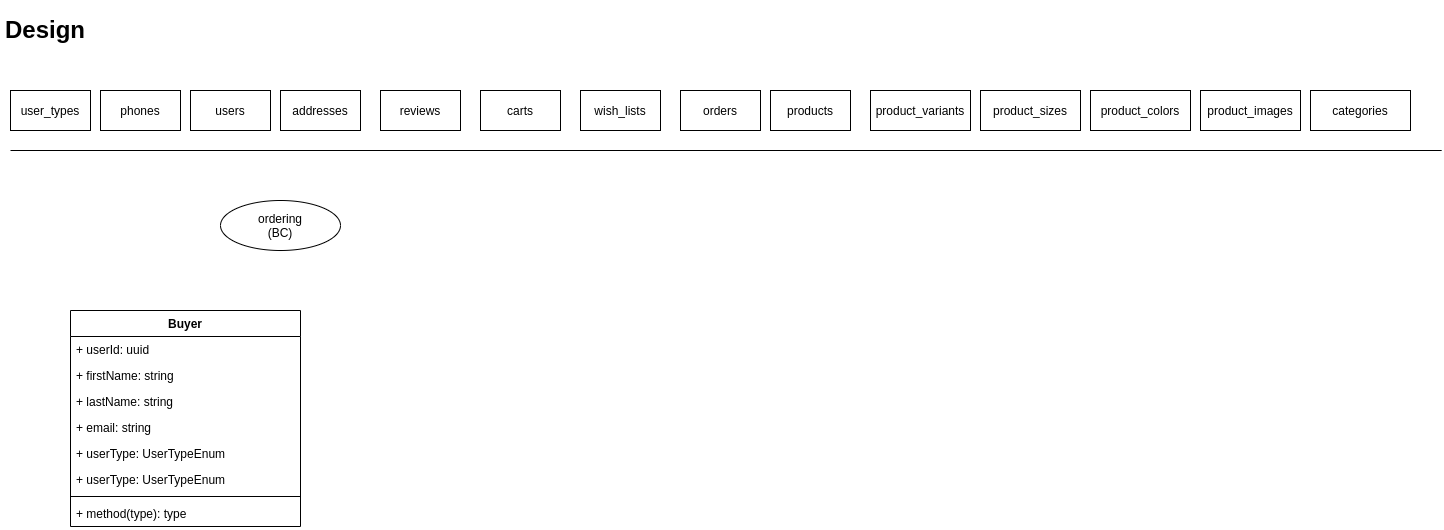
Above: backend-uml.png in stsiwo/e-commerce-starter-kits (draw.io), before the change. Source tidied: cells renumbered, new cells last; positions are measured from the earlier drawing's top-left corner, leaving out a move shared by most shapes.
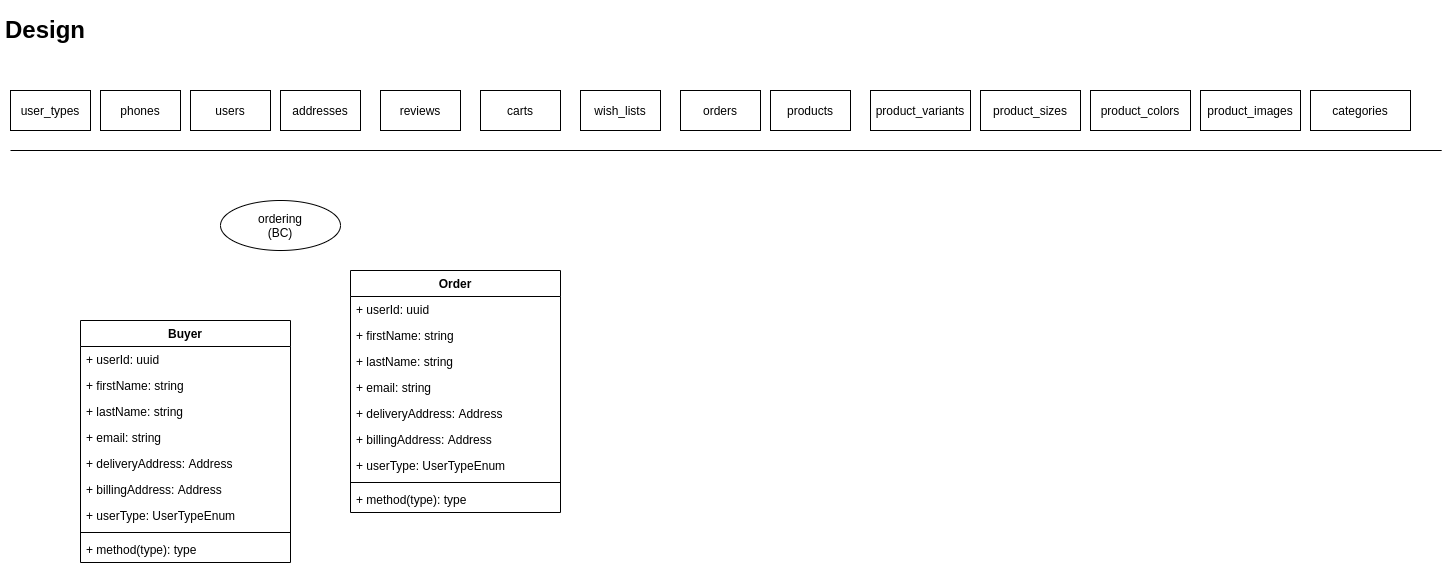
The same file after the commit.

The edit, as a diff of the source:
```diff
@@ -57,31 +57,64 @@
       <mxGeometry x="220" y="190" width="120" height="50" as="geometry" />
     </mxCell>
     <mxCell id="19" value="Buyer" style="swimlane;fontStyle=1;align=center;verticalAlign=top;horizontal=1;startSize=26;" parent="1" vertex="1">
-      <mxGeometry x="70" y="300" width="230" height="216" as="geometry" />
+      <mxGeometry x="80" y="310" width="210" height="242" as="geometry" />
     </mxCell>
     <mxCell id="20" value="+ userId: uuid " style="text;strokeColor=none;fillColor=none;align=left;verticalAlign=top;spacingLeft=4;spacingRight=4;overflow=hidden;" parent="19" vertex="1">
-      <mxGeometry y="26" width="230" height="26" as="geometry" />
+      <mxGeometry y="26" width="210" height="26" as="geometry" />
     </mxCell>
     <mxCell id="21" value="+ firstName: string" style="text;strokeColor=none;fillColor=none;align=left;verticalAlign=top;spacingLeft=4;spacingRight=4;overflow=hidden;" parent="19" vertex="1">
-      <mxGeometry y="52" width="230" height="26" as="geometry" />
+      <mxGeometry y="52" width="210" height="26" as="geometry" />
     </mxCell>
     <mxCell id="22" value="+ lastName: string" style="text;strokeColor=none;fillColor=none;align=left;verticalAlign=top;spacingLeft=4;spacingRight=4;overflow=hidden;" parent="19" vertex="1">
-      <mxGeometry y="78" width="230" height="26" as="geometry" />
+      <mxGeometry y="78" width="210" height="26" as="geometry" />
     </mxCell>
     <mxCell id="23" value="+ email: string" style="text;strokeColor=none;fillColor=none;align=left;verticalAlign=top;spacingLeft=4;spacingRight=4;overflow=hidden;" parent="19" vertex="1">
-      <mxGeometry y="104" width="230" height="26" as="geometry" />
+      <mxGeometry y="104" width="210" height="26" as="geometry" />
     </mxCell>
-    <mxCell id="24" value="+ userType: UserTypeEnum" style="text;strokeColor=none;fillColor=none;align=left;verticalAlign=top;spacingLeft=4;spacingRight=4;overflow=hidden;" parent="19" vertex="1">
-      <mxGeometry y="130" width="230" height="26" as="geometry" />
+    <mxCell id="24" value="+ deliveryAddress: Address" style="text;strokeColor=none;fillColor=none;align=left;verticalAlign=top;spacingLeft=4;spacingRight=4;overflow=hidden;" parent="19" vertex="1">
+      <mxGeometry y="130" width="210" height="26" as="geometry" />
     </mxCell>
+    <mxCell id="28" value="+ billingAddress: Address" style="text;strokeColor=none;fillColor=none;align=left;verticalAlign=top;spacingLeft=4;spacingRight=4;overflow=hidden;" parent="19" vertex="1">
+      <mxGeometry y="156" width="210" height="26" as="geometry" />
+    </mxCell>
     <mxCell id="25" value="+ userType: UserTypeEnum" style="text;strokeColor=none;fillColor=none;align=left;verticalAlign=top;spacingLeft=4;spacingRight=4;overflow=hidden;" parent="19" vertex="1">
-      <mxGeometry y="156" width="230" height="26" as="geometry" />
+      <mxGeometry y="182" width="210" height="26" as="geometry" />
     </mxCell>
     <mxCell id="26" style="line;strokeWidth=1;fillColor=none;align=left;verticalAlign=middle;spacingTop=-1;spacingLeft=3;spacingRight=3;labelPosition=right;" parent="19" vertex="1">
-      <mxGeometry y="182" width="230" height="8" as="geometry" />
+      <mxGeometry y="208" width="210" height="8" as="geometry" />
     </mxCell>
     <mxCell id="27" value="+ method(type): type" style="text;strokeColor=none;fillColor=none;align=left;verticalAlign=top;spacingLeft=4;spacingRight=4;overflow=hidden;" parent="19" vertex="1">
-      <mxGeometry y="190" width="230" height="26" as="geometry" />
+      <mxGeometry y="216" width="210" height="26" as="geometry" />
     </mxCell>
+    <mxCell id="29" value="Order" style="swimlane;fontStyle=1;align=center;verticalAlign=top;horizontal=1;startSize=26;" parent="1" vertex="1">
+      <mxGeometry x="350" y="260" width="210" height="242" as="geometry" />
+    </mxCell>
+    <mxCell id="30" value="+ userId: uuid " style="text;strokeColor=none;fillColor=none;align=left;verticalAlign=top;spacingLeft=4;spacingRight=4;overflow=hidden;" parent="29" vertex="1">
+      <mxGeometry y="26" width="210" height="26" as="geometry" />
+    </mxCell>
+    <mxCell id="31" value="+ firstName: string" style="text;strokeColor=none;fillColor=none;align=left;verticalAlign=top;spacingLeft=4;spacingRight=4;overflow=hidden;" parent="29" vertex="1">
+      <mxGeometry y="52" width="210" height="26" as="geometry" />
+    </mxCell>
+    <mxCell id="32" value="+ lastName: string" style="text;strokeColor=none;fillColor=none;align=left;verticalAlign=top;spacingLeft=4;spacingRight=4;overflow=hidden;" parent="29" vertex="1">
+      <mxGeometry y="78" width="210" height="26" as="geometry" />
+    </mxCell>
+    <mxCell id="33" value="+ email: string" style="text;strokeColor=none;fillColor=none;align=left;verticalAlign=top;spacingLeft=4;spacingRight=4;overflow=hidden;" parent="29" vertex="1">
+      <mxGeometry y="104" width="210" height="26" as="geometry" />
+    </mxCell>
+    <mxCell id="34" value="+ deliveryAddress: Address" style="text;strokeColor=none;fillColor=none;align=left;verticalAlign=top;spacingLeft=4;spacingRight=4;overflow=hidden;" parent="29" vertex="1">
+      <mxGeometry y="130" width="210" height="26" as="geometry" />
+    </mxCell>
+    <mxCell id="35" value="+ billingAddress: Address" style="text;strokeColor=none;fillColor=none;align=left;verticalAlign=top;spacingLeft=4;spacingRight=4;overflow=hidden;" parent="29" vertex="1">
+      <mxGeometry y="156" width="210" height="26" as="geometry" />
+    </mxCell>
+    <mxCell id="36" value="+ userType: UserTypeEnum" style="text;strokeColor=none;fillColor=none;align=left;verticalAlign=top;spacingLeft=4;spacingRight=4;overflow=hidden;" parent="29" vertex="1">
+      <mxGeometry y="182" width="210" height="26" as="geometry" />
+    </mxCell>
+    <mxCell id="37" style="line;strokeWidth=1;fillColor=none;align=left;verticalAlign=middle;spacingTop=-1;spacingLeft=3;spacingRight=3;labelPosition=right;" parent="29" vertex="1">
+      <mxGeometry y="208" width="210" height="8" as="geometry" />
+    </mxCell>
+    <mxCell id="38" value="+ method(type): type" style="text;strokeColor=none;fillColor=none;align=left;verticalAlign=top;spacingLeft=4;spacingRight=4;overflow=hidden;" parent="29" vertex="1">
+      <mxGeometry y="216" width="210" height="26" as="geometry" />
+    </mxCell>
   </root>
 </mxGraphModel>
```
